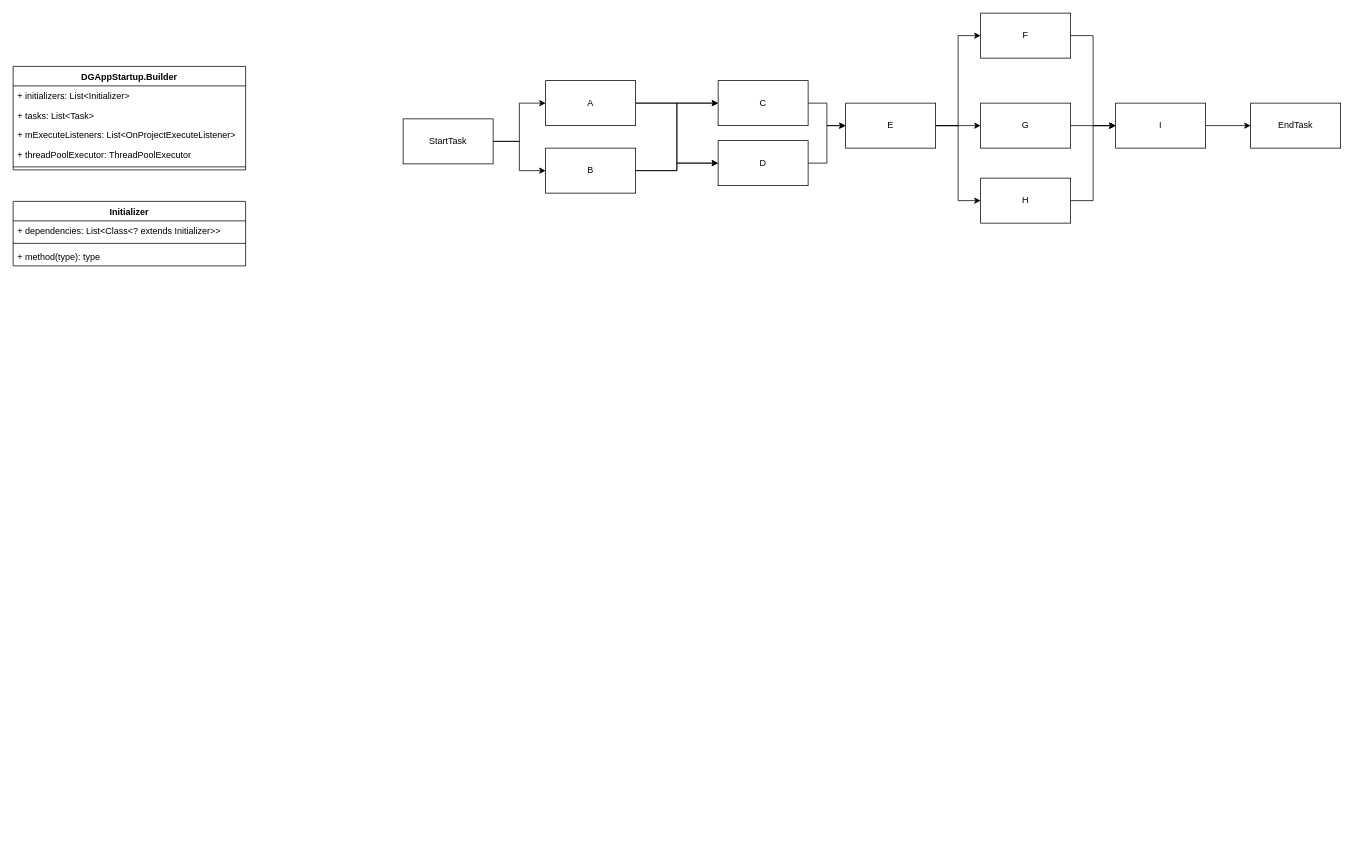
This is DAG源码分析.drawio from web-logs2/drawio, a draw.io file, before an edit. Source tidied: cells renumbered, new cells numbered last; positions are measured from the earlier drawing's top-left corner, leaving out a move shared by most shapes. Both pictures are drawn from the tidied source at 75%, with x=0, y=0 at pixel (13, 13).
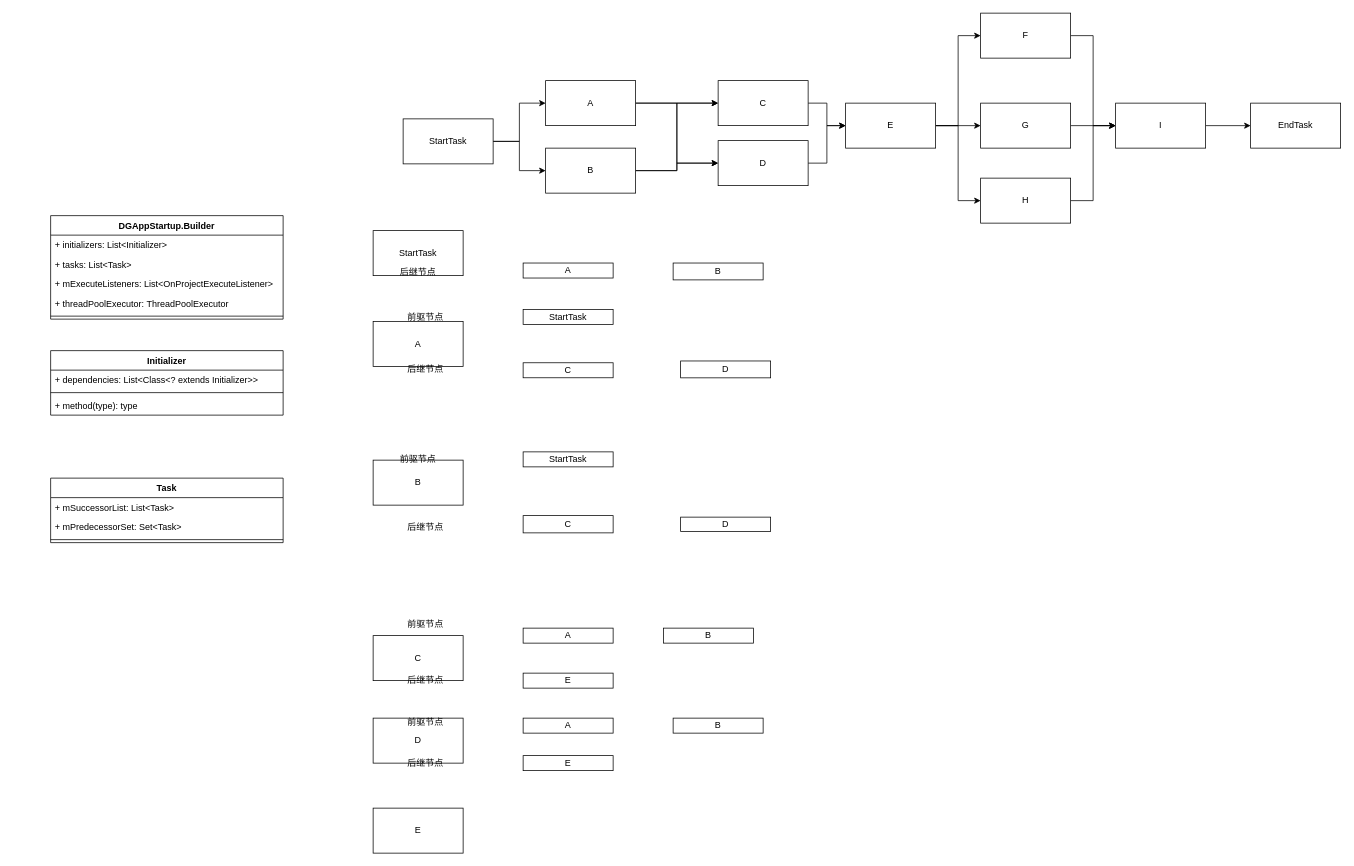
The same page after the edit.

Change to the diagram source:
```diff
@@
     <mxCell id="2" value="DGAppStartup.Builder" style="swimlane;fontStyle=1;align=center;verticalAlign=top;horizontal=1;startSize=26;fontColor=default;strokeColor=default;fillColor=default;" parent="1" vertex="1">
-      <mxGeometry y="71" width="310" height="138" as="geometry" />
+      <mxGeometry x="50" y="270" width="310" height="138" as="geometry" />
     </mxCell>
@@
     <mxCell id="8" value="Initializer" style="swimlane;fontStyle=1;align=center;verticalAlign=top;horizontal=1;startSize=26;fontColor=default;strokeColor=default;fillColor=default;" parent="1" vertex="1">
-      <mxGeometry y="251" width="310" height="86" as="geometry" />
+      <mxGeometry x="50" y="450" width="310" height="86" as="geometry" />
     </mxCell>
@@
+    <mxCell id="38" value="Task" style="swimlane;fontStyle=1;align=center;verticalAlign=top;horizontal=1;startSize=26;fontColor=default;strokeColor=default;fillColor=default;" parent="1" vertex="1">
+      <mxGeometry x="50" y="620" width="310" height="86" as="geometry" />
+    </mxCell>
+    <mxCell id="39" value="+ mSuccessorList: List&lt;Task&gt; " style="text;strokeColor=none;fillColor=none;align=left;verticalAlign=top;spacingLeft=4;spacingRight=4;overflow=hidden;fontColor=default;" parent="38" vertex="1">
+      <mxGeometry y="26" width="310" height="26" as="geometry" />
+    </mxCell>
+    <mxCell id="40" value="+ mPredecessorSet: Set&lt;Task&gt; " style="text;strokeColor=none;fillColor=none;align=left;verticalAlign=top;spacingLeft=4;spacingRight=4;overflow=hidden;fontColor=default;" parent="38" vertex="1">
+      <mxGeometry y="52" width="310" height="26" as="geometry" />
+    </mxCell>
+    <mxCell id="41" style="line;strokeWidth=1;fillColor=none;align=left;verticalAlign=middle;spacingTop=-1;spacingLeft=3;spacingRight=3;labelPosition=right;fontColor=default;" parent="38" vertex="1">
+      <mxGeometry y="78" width="310" height="8" as="geometry" />
+    </mxCell>
+    <mxCell id="42" value="A" style="rounded=0;whiteSpace=wrap;html=1;fontColor=default;strokeColor=default;fillColor=default;labelBackgroundColor=default;" parent="1" vertex="1">
+      <mxGeometry x="480" y="411" width="120" height="60" as="geometry" />
+    </mxCell>
+    <mxCell id="43" value="C" style="rounded=0;whiteSpace=wrap;html=1;fontColor=default;strokeColor=default;fillColor=default;labelBackgroundColor=default;" parent="1" vertex="1">
+      <mxGeometry x="680" y="466.2" width="120" height="20" as="geometry" />
+    </mxCell>
+    <mxCell id="44" value="B" style="rounded=0;whiteSpace=wrap;html=1;fontColor=default;strokeColor=default;fillColor=default;labelBackgroundColor=default;" parent="1" vertex="1">
+      <mxGeometry x="480" y="596" width="120" height="60" as="geometry" />
+    </mxCell>
+    <mxCell id="45" value="C" style="rounded=0;whiteSpace=wrap;html=1;fontColor=default;strokeColor=default;fillColor=default;labelBackgroundColor=default;" parent="1" vertex="1">
+      <mxGeometry x="680" y="670" width="120" height="23" as="geometry" />
+    </mxCell>
+    <mxCell id="46" value="C" style="rounded=0;whiteSpace=wrap;html=1;fontColor=default;strokeColor=default;fillColor=default;labelBackgroundColor=default;" parent="1" vertex="1">
+      <mxGeometry x="480" y="830" width="120" height="60" as="geometry" />
+    </mxCell>
+    <mxCell id="47" value="A" style="rounded=0;whiteSpace=wrap;html=1;fontColor=default;strokeColor=default;fillColor=default;labelBackgroundColor=default;" parent="1" vertex="1">
+      <mxGeometry x="680" y="820" width="120" height="20" as="geometry" />
+    </mxCell>
+    <mxCell id="48" value="B" style="rounded=0;whiteSpace=wrap;html=1;fontColor=default;strokeColor=default;fillColor=default;labelBackgroundColor=default;" parent="1" vertex="1">
+      <mxGeometry x="867" y="820" width="120" height="20" as="geometry" />
+    </mxCell>
+    <mxCell id="49" value="D" style="rounded=0;whiteSpace=wrap;html=1;fontColor=default;strokeColor=default;fillColor=default;labelBackgroundColor=default;" parent="1" vertex="1">
+      <mxGeometry x="890" y="463.8" width="120" height="22.5" as="geometry" />
+    </mxCell>
+    <mxCell id="50" value="D" style="rounded=0;whiteSpace=wrap;html=1;fontColor=default;strokeColor=default;fillColor=default;labelBackgroundColor=default;" parent="1" vertex="1">
+      <mxGeometry x="890" y="672" width="120" height="19" as="geometry" />
+    </mxCell>
+    <mxCell id="51" value="D" style="rounded=0;whiteSpace=wrap;html=1;fontColor=default;strokeColor=default;fillColor=default;labelBackgroundColor=default;" parent="1" vertex="1">
+      <mxGeometry x="480" y="940" width="120" height="60" as="geometry" />
+    </mxCell>
+    <mxCell id="52" value="A" style="rounded=0;whiteSpace=wrap;html=1;fontColor=default;strokeColor=default;fillColor=default;labelBackgroundColor=default;" parent="1" vertex="1">
+      <mxGeometry x="680" y="940" width="120" height="20" as="geometry" />
+    </mxCell>
+    <mxCell id="53" value="B" style="rounded=0;whiteSpace=wrap;html=1;fontColor=default;strokeColor=default;fillColor=default;labelBackgroundColor=default;" parent="1" vertex="1">
+      <mxGeometry x="880" y="940" width="120" height="20" as="geometry" />
+    </mxCell>
+    <mxCell id="54" value="后继节点" style="text;html=1;strokeColor=none;fillColor=none;align=center;verticalAlign=middle;whiteSpace=wrap;rounded=0;" parent="1" vertex="1">
+      <mxGeometry x="520" y="460" width="60" height="30" as="geometry" />
+    </mxCell>
+    <mxCell id="55" value="后继节点" style="text;html=1;strokeColor=none;fillColor=none;align=center;verticalAlign=middle;whiteSpace=wrap;rounded=0;" parent="1" vertex="1">
+      <mxGeometry x="520" y="670" width="60" height="30" as="geometry" />
+    </mxCell>
+    <mxCell id="56" value="前驱节点" style="text;html=1;strokeColor=none;fillColor=none;align=center;verticalAlign=middle;whiteSpace=wrap;rounded=0;" parent="1" vertex="1">
+      <mxGeometry x="520" y="800" width="60" height="30" as="geometry" />
+    </mxCell>
+    <mxCell id="57" value="前驱节点" style="text;html=1;strokeColor=none;fillColor=none;align=center;verticalAlign=middle;whiteSpace=wrap;rounded=0;" parent="1" vertex="1">
+      <mxGeometry x="520" y="930" width="60" height="30" as="geometry" />
+    </mxCell>
+    <mxCell id="58" value="E" style="rounded=0;whiteSpace=wrap;html=1;fontColor=default;strokeColor=default;fillColor=default;labelBackgroundColor=default;" parent="1" vertex="1">
+      <mxGeometry x="680" y="880" width="120" height="20" as="geometry" />
+    </mxCell>
+    <mxCell id="59" value="E" style="rounded=0;whiteSpace=wrap;html=1;fontColor=default;strokeColor=default;fillColor=default;labelBackgroundColor=default;" parent="1" vertex="1">
+      <mxGeometry x="680" y="990" width="120" height="20" as="geometry" />
+    </mxCell>
+    <mxCell id="60" value="后继节点" style="text;html=1;strokeColor=none;fillColor=none;align=center;verticalAlign=middle;whiteSpace=wrap;rounded=0;" parent="1" vertex="1">
+      <mxGeometry x="520" y="985" width="60" height="30" as="geometry" />
+    </mxCell>
+    <mxCell id="61" style="edgeStyle=orthogonalEdgeStyle;rounded=0;orthogonalLoop=1;jettySize=auto;html=1;exitX=0.5;exitY=1;exitDx=0;exitDy=0;" parent="1" edge="1" source="49" target="49">
+      <mxGeometry relative="1" as="geometry" />
+    </mxCell>
+    <mxCell id="62" value="后继节点" style="text;html=1;strokeColor=none;fillColor=none;align=center;verticalAlign=middle;whiteSpace=wrap;rounded=0;" parent="1" vertex="1">
+      <mxGeometry x="520" y="875" width="60" height="30" as="geometry" />
+    </mxCell>
+    <mxCell id="63" value="E" style="rounded=0;whiteSpace=wrap;html=1;fontColor=default;strokeColor=default;fillColor=default;labelBackgroundColor=default;" parent="1" vertex="1">
+      <mxGeometry x="480" y="1060" width="120" height="60" as="geometry" />
+    </mxCell>
+    <mxCell id="64" value="前驱节点" style="text;html=1;strokeColor=none;fillColor=none;align=center;verticalAlign=middle;whiteSpace=wrap;rounded=0;" parent="1" vertex="1">
+      <mxGeometry x="520" y="390" width="60" height="30" as="geometry" />
+    </mxCell>
+    <mxCell id="65" value="前驱节点" style="text;html=1;strokeColor=none;fillColor=none;align=center;verticalAlign=middle;whiteSpace=wrap;rounded=0;" parent="1" vertex="1">
+      <mxGeometry x="510" y="580" width="60" height="30" as="geometry" />
+    </mxCell>
+    <mxCell id="66" value="StartTask" style="rounded=0;whiteSpace=wrap;html=1;fontColor=default;strokeColor=default;fillColor=default;labelBackgroundColor=default;" parent="1" vertex="1">
+      <mxGeometry x="680" y="395" width="120" height="20" as="geometry" />
+    </mxCell>
+    <mxCell id="67" value="StartTask" style="rounded=0;whiteSpace=wrap;html=1;fontColor=default;strokeColor=default;fillColor=default;labelBackgroundColor=default;" parent="1" vertex="1">
+      <mxGeometry x="680" y="585" width="120" height="20" as="geometry" />
+    </mxCell>
+    <mxCell id="68" value="StartTask" style="rounded=0;whiteSpace=wrap;html=1;fontColor=default;strokeColor=default;fillColor=default;labelBackgroundColor=default;" parent="1" vertex="1">
+      <mxGeometry x="480" y="290" width="120" height="60" as="geometry" />
+    </mxCell>
+    <mxCell id="69" value="后继节点" style="text;html=1;strokeColor=none;fillColor=none;align=center;verticalAlign=middle;whiteSpace=wrap;rounded=0;" parent="1" vertex="1">
+      <mxGeometry x="510" y="330" width="60" height="30" as="geometry" />
+    </mxCell>
+    <mxCell id="70" value="A" style="rounded=0;whiteSpace=wrap;html=1;fontColor=default;strokeColor=default;fillColor=default;labelBackgroundColor=default;" parent="1" vertex="1">
+      <mxGeometry x="680" y="333.2" width="120" height="20" as="geometry" />
+    </mxCell>
+    <mxCell id="71" value="B" style="rounded=0;whiteSpace=wrap;html=1;fontColor=default;strokeColor=default;fillColor=default;labelBackgroundColor=default;" parent="1" vertex="1">
+      <mxGeometry x="880" y="333.2" width="120" height="22.5" as="geometry" />
+    </mxCell>
+    <mxCell id="72" style="edgeStyle=orthogonalEdgeStyle;rounded=0;orthogonalLoop=1;jettySize=auto;html=1;exitX=0.5;exitY=1;exitDx=0;exitDy=0;" parent="1" edge="1" source="71" target="71">
+      <mxGeometry relative="1" as="geometry" />
+    </mxCell>
```
